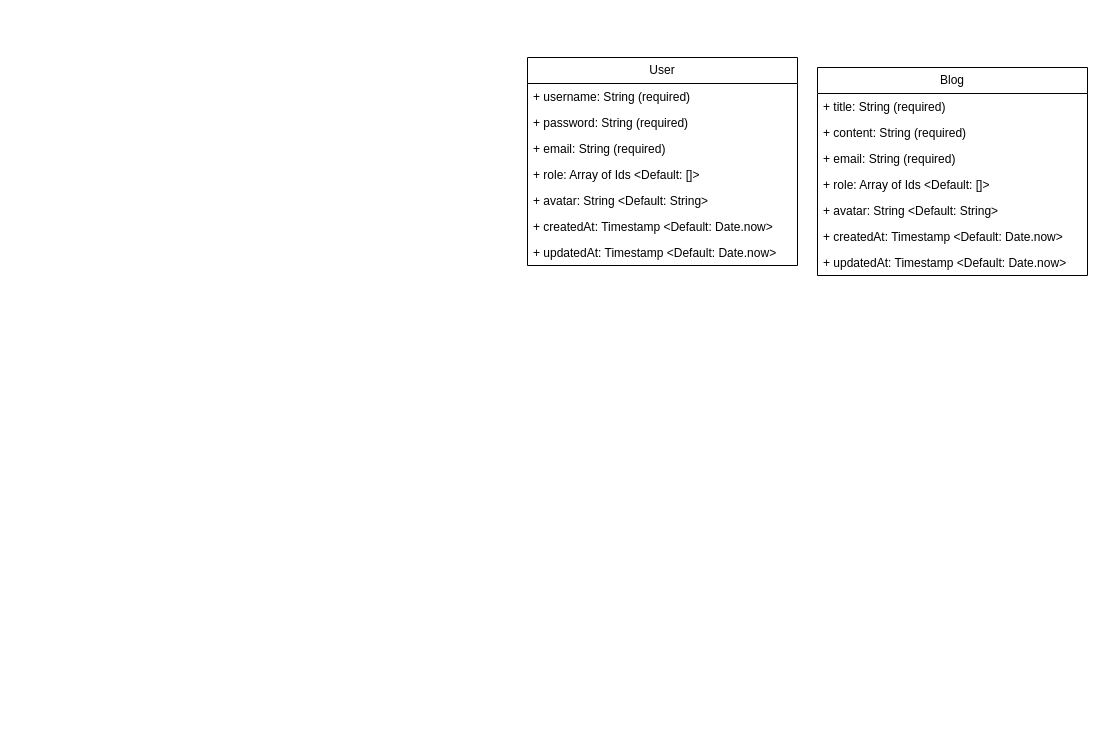
Above: Biểu đồ không có tiêu đề.drawio in NguyenPhat2412/Graduation-Project-Nong-San-Sach (draw.io), before the change. Source tidied: cells renumbered, new cells numbered last; positions are measured from the earlier drawing's top-left corner, leaving out a move shared by most shapes. Both pictures are drawn from the tidied source at 100%, with x=0, y=0 at pixel (527, 57).
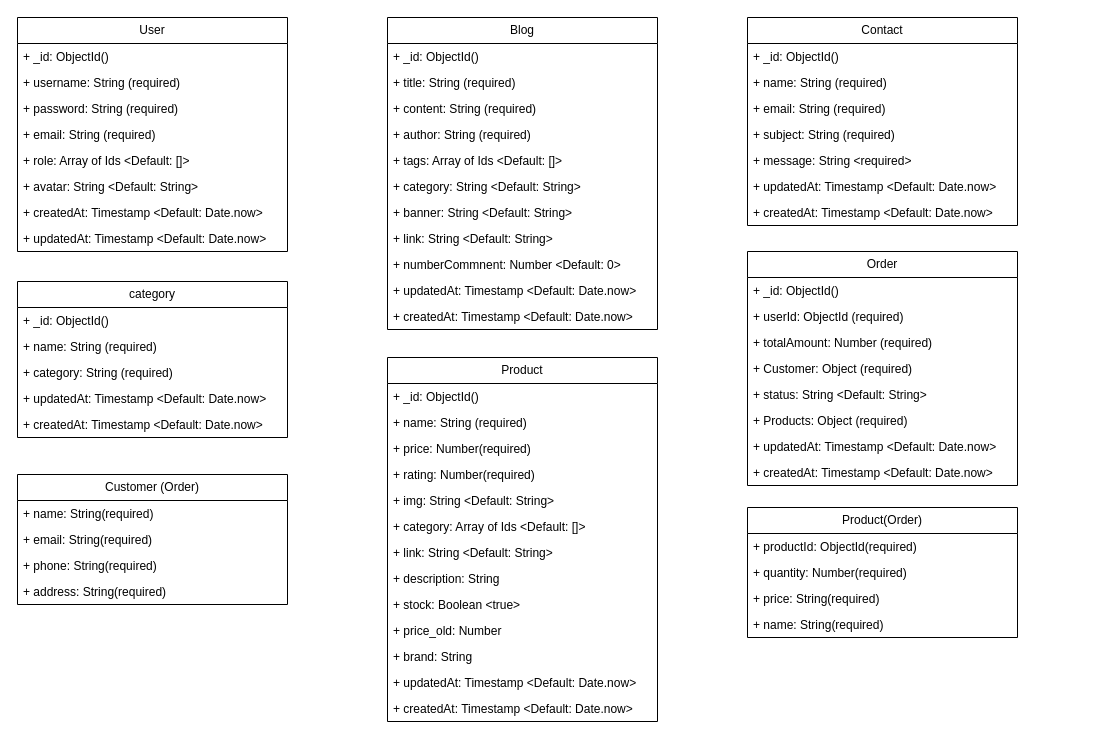
After the change.

Commit message:
Cập nhật Biểu đồ không có tiêu đề.drawio

The edit, as a diff of the source:
```diff
@@
     <mxCell id="2" value="User" style="swimlane;fontStyle=0;horizontal=1;startSize=26;fillColor=none;whiteSpace=wrap;html=1;" parent="1" vertex="1">
-      <mxGeometry width="270" height="208" as="geometry" />
+      <mxGeometry x="-510" y="-40" width="270" height="234" as="geometry" />
     </mxCell>
+    <mxCell id="18" value="+ _id: ObjectId()&lt;span style=&quot;white-space: pre;&quot;&gt;&#9;&lt;/span&gt;" style="text;strokeColor=none;fillColor=none;align=left;verticalAlign=top;spacingLeft=4;spacingRight=4;overflow=hidden;whiteSpace=wrap;html=1;" parent="2" vertex="1">
+      <mxGeometry y="26" width="270" height="26" as="geometry" />
+    </mxCell>
     <mxCell id="3" value="+ username: String (required)&lt;span style=&quot;white-space: pre;&quot;&gt;&#9;&lt;/span&gt;" style="text;strokeColor=none;fillColor=none;align=left;verticalAlign=top;spacingLeft=4;spacingRight=4;overflow=hidden;whiteSpace=wrap;html=1;" parent="2" vertex="1">
-      <mxGeometry y="26" width="270" height="26" as="geometry" />
+      <mxGeometry y="52" width="270" height="26" as="geometry" />
     </mxCell>
     <mxCell id="4" value="+ password: String (required)" style="text;strokeColor=none;fillColor=none;align=left;verticalAlign=top;spacingLeft=4;spacingRight=4;overflow=hidden;whiteSpace=wrap;html=1;" parent="2" vertex="1">
-      <mxGeometry y="52" width="270" height="26" as="geometry" />
+      <mxGeometry y="78" width="270" height="26" as="geometry" />
     </mxCell>
     <mxCell id="5" value="+ email: String (required)" style="text;strokeColor=none;fillColor=none;align=left;verticalAlign=top;spacingLeft=4;spacingRight=4;overflow=hidden;whiteSpace=wrap;html=1;" parent="2" vertex="1">
-      <mxGeometry y="78" width="270" height="26" as="geometry" />
+      <mxGeometry y="104" width="270" height="26" as="geometry" />
     </mxCell>
     <mxCell id="6" value="+ role: Array of Ids &amp;lt;Default: []&amp;gt;" style="text;strokeColor=none;fillColor=none;align=left;verticalAlign=top;spacingLeft=4;spacingRight=4;overflow=hidden;whiteSpace=wrap;html=1;" parent="2" vertex="1">
-      <mxGeometry y="104" width="270" height="26" as="geometry" />
+      <mxGeometry y="130" width="270" height="26" as="geometry" />
     </mxCell>
     <mxCell id="7" value="+ avatar: String &amp;lt;Default: String&amp;gt;" style="text;strokeColor=none;fillColor=none;align=left;verticalAlign=top;spacingLeft=4;spacingRight=4;overflow=hidden;whiteSpace=wrap;html=1;" parent="2" vertex="1">
-      <mxGeometry y="130" width="270" height="26" as="geometry" />
+      <mxGeometry y="156" width="270" height="26" as="geometry" />
     </mxCell>
     <mxCell id="8" value="+ createdAt: Timestamp &amp;lt;Default: Date.now&amp;gt;&amp;nbsp;" style="text;strokeColor=none;fillColor=none;align=left;verticalAlign=top;spacingLeft=4;spacingRight=4;overflow=hidden;whiteSpace=wrap;html=1;" parent="2" vertex="1">
-      <mxGeometry y="156" width="270" height="26" as="geometry" />
+      <mxGeometry y="182" width="270" height="26" as="geometry" />
     </mxCell>
     <mxCell id="9" value="+ updatedAt: Timestamp &amp;lt;Default: Date.now&amp;gt;" style="text;strokeColor=none;fillColor=none;align=left;verticalAlign=top;spacingLeft=4;spacingRight=4;overflow=hidden;whiteSpace=wrap;html=1;" parent="2" vertex="1">
-      <mxGeometry y="182" width="270" height="26" as="geometry" />
+      <mxGeometry y="208" width="270" height="26" as="geometry" />
     </mxCell>
     <mxCell id="10" value="Blog" style="swimlane;fontStyle=0;horizontal=1;startSize=26;fillColor=none;whiteSpace=wrap;html=1;" parent="1" vertex="1">
-      <mxGeometry x="290" y="10" width="270" height="208" as="geometry" />
+      <mxGeometry x="-140" y="-40" width="270" height="312" as="geometry" />
     </mxCell>
+    <mxCell id="19" value="+ _id: ObjectId()" style="text;strokeColor=none;fillColor=none;align=left;verticalAlign=top;spacingLeft=4;spacingRight=4;overflow=hidden;whiteSpace=wrap;html=1;" parent="10" vertex="1">
+      <mxGeometry y="26" width="270" height="26" as="geometry" />
+    </mxCell>
     <mxCell id="11" value="+ title: String (required)&lt;span style=&quot;white-space: pre;&quot;&gt;&#9;&lt;/span&gt;" style="text;strokeColor=none;fillColor=none;align=left;verticalAlign=top;spacingLeft=4;spacingRight=4;overflow=hidden;whiteSpace=wrap;html=1;" parent="10" vertex="1">
-      <mxGeometry y="26" width="270" height="26" as="geometry" />
+      <mxGeometry y="52" width="270" height="26" as="geometry" />
     </mxCell>
     <mxCell id="12" value="+ content: String (required)" style="text;strokeColor=none;fillColor=none;align=left;verticalAlign=top;spacingLeft=4;spacingRight=4;overflow=hidden;whiteSpace=wrap;html=1;" parent="10" vertex="1">
-      <mxGeometry y="52" width="270" height="26" as="geometry" />
+      <mxGeometry y="78" width="270" height="26" as="geometry" />
     </mxCell>
-    <mxCell id="13" value="+ email: String (required)" style="text;strokeColor=none;fillColor=none;align=left;verticalAlign=top;spacingLeft=4;spacingRight=4;overflow=hidden;whiteSpace=wrap;html=1;" parent="10" vertex="1">
-      <mxGeometry y="78" width="270" height="26" as="geometry" />
+    <mxCell id="13" value="+ author: String (required)" style="text;strokeColor=none;fillColor=none;align=left;verticalAlign=top;spacingLeft=4;spacingRight=4;overflow=hidden;whiteSpace=wrap;html=1;" parent="10" vertex="1">
+      <mxGeometry y="104" width="270" height="26" as="geometry" />
     </mxCell>
-    <mxCell id="14" value="+ role: Array of Ids &amp;lt;Default: []&amp;gt;" style="text;strokeColor=none;fillColor=none;align=left;verticalAlign=top;spacingLeft=4;spacingRight=4;overflow=hidden;whiteSpace=wrap;html=1;" parent="10" vertex="1">
-      <mxGeometry y="104" width="270" height="26" as="geometry" />
+    <mxCell id="14" value="+ tags: Array of Ids &amp;lt;Default: []&amp;gt;" style="text;strokeColor=none;fillColor=none;align=left;verticalAlign=top;spacingLeft=4;spacingRight=4;overflow=hidden;whiteSpace=wrap;html=1;" parent="10" vertex="1">
+      <mxGeometry y="130" width="270" height="26" as="geometry" />
     </mxCell>
-    <mxCell id="15" value="+ avatar: String &amp;lt;Default: String&amp;gt;" style="text;strokeColor=none;fillColor=none;align=left;verticalAlign=top;spacingLeft=4;spacingRight=4;overflow=hidden;whiteSpace=wrap;html=1;" parent="10" vertex="1">
-      <mxGeometry y="130" width="270" height="26" as="geometry" />
+    <mxCell id="15" value="+ category: String &amp;lt;Default: String&amp;gt;" style="text;strokeColor=none;fillColor=none;align=left;verticalAlign=top;spacingLeft=4;spacingRight=4;overflow=hidden;whiteSpace=wrap;html=1;" parent="10" vertex="1">
+      <mxGeometry y="156" width="270" height="26" as="geometry" />
     </mxCell>
+    <mxCell id="20" value="+ banner: String &amp;lt;Default: String&amp;gt;" style="text;strokeColor=none;fillColor=none;align=left;verticalAlign=top;spacingLeft=4;spacingRight=4;overflow=hidden;whiteSpace=wrap;html=1;" parent="10" vertex="1">
+      <mxGeometry y="182" width="270" height="26" as="geometry" />
+    </mxCell>
+    <mxCell id="21" value="+ link: String &amp;lt;Default: String&amp;gt;" style="text;strokeColor=none;fillColor=none;align=left;verticalAlign=top;spacingLeft=4;spacingRight=4;overflow=hidden;whiteSpace=wrap;html=1;" parent="10" vertex="1">
+      <mxGeometry y="208" width="270" height="26" as="geometry" />
+    </mxCell>
+    <mxCell id="22" value="+ numberCommnent: Number &amp;lt;Default: 0&amp;gt;" style="text;strokeColor=none;fillColor=none;align=left;verticalAlign=top;spacingLeft=4;spacingRight=4;overflow=hidden;whiteSpace=wrap;html=1;" parent="10" vertex="1">
+      <mxGeometry y="234" width="270" height="26" as="geometry" />
+    </mxCell>
+    <mxCell id="17" value="+ updatedAt: Timestamp &amp;lt;Default: Date.now&amp;gt;" style="text;strokeColor=none;fillColor=none;align=left;verticalAlign=top;spacingLeft=4;spacingRight=4;overflow=hidden;whiteSpace=wrap;html=1;" parent="10" vertex="1">
+      <mxGeometry y="260" width="270" height="26" as="geometry" />
+    </mxCell>
     <mxCell id="16" value="+ createdAt: Timestamp &amp;lt;Default: Date.now&amp;gt;&amp;nbsp;" style="text;strokeColor=none;fillColor=none;align=left;verticalAlign=top;spacingLeft=4;spacingRight=4;overflow=hidden;whiteSpace=wrap;html=1;" parent="10" vertex="1">
-      <mxGeometry y="156" width="270" height="26" as="geometry" />
+      <mxGeometry y="286" width="270" height="26" as="geometry" />
     </mxCell>
-    <mxCell id="17" value="+ updatedAt: Timestamp &amp;lt;Default: Date.now&amp;gt;" style="text;strokeColor=none;fillColor=none;align=left;verticalAlign=top;spacingLeft=4;spacingRight=4;overflow=hidden;whiteSpace=wrap;html=1;" parent="10" vertex="1">
-      <mxGeometry y="182" width="270" height="26" as="geometry" />
-    </mxCell>
+    <mxCell id="23" value="Product" style="swimlane;fontStyle=0;horizontal=1;startSize=26;fillColor=none;whiteSpace=wrap;html=1;" parent="1" vertex="1">
+      <mxGeometry x="-140" y="300" width="270" height="364" as="geometry" />
+    </mxCell>
+    <mxCell id="24" value="+ _id: ObjectId()&lt;span style=&quot;white-space: pre;&quot;&gt;&#9;&lt;/span&gt;" style="text;strokeColor=none;fillColor=none;align=left;verticalAlign=top;spacingLeft=4;spacingRight=4;overflow=hidden;whiteSpace=wrap;html=1;" parent="23" vertex="1">
+      <mxGeometry y="26" width="270" height="26" as="geometry" />
+    </mxCell>
+    <mxCell id="25" value="+ name: String (required)" style="text;strokeColor=none;fillColor=none;align=left;verticalAlign=top;spacingLeft=4;spacingRight=4;overflow=hidden;whiteSpace=wrap;html=1;" parent="23" vertex="1">
+      <mxGeometry y="52" width="270" height="26" as="geometry" />
+    </mxCell>
+    <mxCell id="26" value="+ price: Number(required)" style="text;strokeColor=none;fillColor=none;align=left;verticalAlign=top;spacingLeft=4;spacingRight=4;overflow=hidden;whiteSpace=wrap;html=1;" parent="23" vertex="1">
+      <mxGeometry y="78" width="270" height="26" as="geometry" />
+    </mxCell>
+    <mxCell id="27" value="+ rating: Number(required)" style="text;strokeColor=none;fillColor=none;align=left;verticalAlign=top;spacingLeft=4;spacingRight=4;overflow=hidden;whiteSpace=wrap;html=1;" parent="23" vertex="1">
+      <mxGeometry y="104" width="270" height="26" as="geometry" />
+    </mxCell>
+    <mxCell id="28" value="+ img: String &amp;lt;Default: String&amp;gt;" style="text;strokeColor=none;fillColor=none;align=left;verticalAlign=top;spacingLeft=4;spacingRight=4;overflow=hidden;whiteSpace=wrap;html=1;" parent="23" vertex="1">
+      <mxGeometry y="130" width="270" height="26" as="geometry" />
+    </mxCell>
+    <mxCell id="29" value="+ category: Array of Ids &amp;lt;Default: []&amp;gt;" style="text;strokeColor=none;fillColor=none;align=left;verticalAlign=top;spacingLeft=4;spacingRight=4;overflow=hidden;whiteSpace=wrap;html=1;" parent="23" vertex="1">
+      <mxGeometry y="156" width="270" height="26" as="geometry" />
+    </mxCell>
+    <mxCell id="30" value="+ link: String &amp;lt;Default: String&amp;gt;" style="text;strokeColor=none;fillColor=none;align=left;verticalAlign=top;spacingLeft=4;spacingRight=4;overflow=hidden;whiteSpace=wrap;html=1;" parent="23" vertex="1">
+      <mxGeometry y="182" width="270" height="26" as="geometry" />
+    </mxCell>
+    <mxCell id="31" value="+ description: String&amp;nbsp;" style="text;strokeColor=none;fillColor=none;align=left;verticalAlign=top;spacingLeft=4;spacingRight=4;overflow=hidden;whiteSpace=wrap;html=1;" parent="23" vertex="1">
+      <mxGeometry y="208" width="270" height="26" as="geometry" />
+    </mxCell>
+    <mxCell id="32" value="+ stock: Boolean &amp;lt;true&amp;gt;&amp;nbsp;" style="text;strokeColor=none;fillColor=none;align=left;verticalAlign=top;spacingLeft=4;spacingRight=4;overflow=hidden;whiteSpace=wrap;html=1;" parent="23" vertex="1">
+      <mxGeometry y="234" width="270" height="26" as="geometry" />
+    </mxCell>
+    <mxCell id="33" value="+ price_old: Number&amp;nbsp;" style="text;strokeColor=none;fillColor=none;align=left;verticalAlign=top;spacingLeft=4;spacingRight=4;overflow=hidden;whiteSpace=wrap;html=1;" parent="23" vertex="1">
+      <mxGeometry y="260" width="270" height="26" as="geometry" />
+    </mxCell>
+    <mxCell id="34" value="+ brand: String&amp;nbsp;" style="text;strokeColor=none;fillColor=none;align=left;verticalAlign=top;spacingLeft=4;spacingRight=4;overflow=hidden;whiteSpace=wrap;html=1;" parent="23" vertex="1">
+      <mxGeometry y="286" width="270" height="26" as="geometry" />
+    </mxCell>
+    <mxCell id="35" value="+ updatedAt: Timestamp &amp;lt;Default: Date.now&amp;gt;" style="text;strokeColor=none;fillColor=none;align=left;verticalAlign=top;spacingLeft=4;spacingRight=4;overflow=hidden;whiteSpace=wrap;html=1;" parent="23" vertex="1">
+      <mxGeometry y="312" width="270" height="26" as="geometry" />
+    </mxCell>
+    <mxCell id="36" value="+ createdAt: Timestamp &amp;lt;Default: Date.now&amp;gt;&amp;nbsp;" style="text;strokeColor=none;fillColor=none;align=left;verticalAlign=top;spacingLeft=4;spacingRight=4;overflow=hidden;whiteSpace=wrap;html=1;" parent="23" vertex="1">
+      <mxGeometry y="338" width="270" height="26" as="geometry" />
+    </mxCell>
+    <mxCell id="37" value="category" style="swimlane;fontStyle=0;horizontal=1;startSize=26;fillColor=none;whiteSpace=wrap;html=1;" parent="1" vertex="1">
+      <mxGeometry x="-510" y="224" width="270" height="156" as="geometry" />
+    </mxCell>
+    <mxCell id="38" value="+ _id: ObjectId()&lt;span style=&quot;white-space: pre;&quot;&gt;&#9;&lt;/span&gt;" style="text;strokeColor=none;fillColor=none;align=left;verticalAlign=top;spacingLeft=4;spacingRight=4;overflow=hidden;whiteSpace=wrap;html=1;" parent="37" vertex="1">
+      <mxGeometry y="26" width="270" height="26" as="geometry" />
+    </mxCell>
+    <mxCell id="39" value="+ name: String (required)&lt;span style=&quot;white-space: pre;&quot;&gt;&#9;&lt;/span&gt;" style="text;strokeColor=none;fillColor=none;align=left;verticalAlign=top;spacingLeft=4;spacingRight=4;overflow=hidden;whiteSpace=wrap;html=1;" parent="37" vertex="1">
+      <mxGeometry y="52" width="270" height="26" as="geometry" />
+    </mxCell>
+    <mxCell id="40" value="+ category: String (required)" style="text;strokeColor=none;fillColor=none;align=left;verticalAlign=top;spacingLeft=4;spacingRight=4;overflow=hidden;whiteSpace=wrap;html=1;" parent="37" vertex="1">
+      <mxGeometry y="78" width="270" height="26" as="geometry" />
+    </mxCell>
+    <mxCell id="41" value="+ updatedAt: Timestamp &amp;lt;Default: Date.now&amp;gt;" style="text;strokeColor=none;fillColor=none;align=left;verticalAlign=top;spacingLeft=4;spacingRight=4;overflow=hidden;whiteSpace=wrap;html=1;" parent="37" vertex="1">
+      <mxGeometry y="104" width="270" height="26" as="geometry" />
+    </mxCell>
+    <mxCell id="42" value="+ createdAt: Timestamp &amp;lt;Default: Date.now&amp;gt;&amp;nbsp;" style="text;strokeColor=none;fillColor=none;align=left;verticalAlign=top;spacingLeft=4;spacingRight=4;overflow=hidden;whiteSpace=wrap;html=1;" parent="37" vertex="1">
+      <mxGeometry y="130" width="270" height="26" as="geometry" />
+    </mxCell>
+    <mxCell id="43" value="Contact" style="swimlane;fontStyle=0;horizontal=1;startSize=26;fillColor=none;whiteSpace=wrap;html=1;" parent="1" vertex="1">
+      <mxGeometry x="220" y="-40" width="270" height="208" as="geometry" />
+    </mxCell>
+    <mxCell id="44" value="+ _id: ObjectId()&lt;span style=&quot;white-space: pre;&quot;&gt;&#9;&lt;/span&gt;" style="text;strokeColor=none;fillColor=none;align=left;verticalAlign=top;spacingLeft=4;spacingRight=4;overflow=hidden;whiteSpace=wrap;html=1;" parent="43" vertex="1">
+      <mxGeometry y="26" width="270" height="26" as="geometry" />
+    </mxCell>
+    <mxCell id="45" value="+ name: String (required)" style="text;strokeColor=none;fillColor=none;align=left;verticalAlign=top;spacingLeft=4;spacingRight=4;overflow=hidden;whiteSpace=wrap;html=1;" parent="43" vertex="1">
+      <mxGeometry y="52" width="270" height="26" as="geometry" />
+    </mxCell>
+    <mxCell id="46" value="+ email: String (required)" style="text;strokeColor=none;fillColor=none;align=left;verticalAlign=top;spacingLeft=4;spacingRight=4;overflow=hidden;whiteSpace=wrap;html=1;" parent="43" vertex="1">
+      <mxGeometry y="78" width="270" height="26" as="geometry" />
+    </mxCell>
+    <mxCell id="47" value="+ subject: String (required)" style="text;strokeColor=none;fillColor=none;align=left;verticalAlign=top;spacingLeft=4;spacingRight=4;overflow=hidden;whiteSpace=wrap;html=1;" parent="43" vertex="1">
+      <mxGeometry y="104" width="270" height="26" as="geometry" />
+    </mxCell>
+    <mxCell id="48" value="+ message: String &amp;lt;required&amp;gt;" style="text;strokeColor=none;fillColor=none;align=left;verticalAlign=top;spacingLeft=4;spacingRight=4;overflow=hidden;whiteSpace=wrap;html=1;" parent="43" vertex="1">
+      <mxGeometry y="130" width="270" height="26" as="geometry" />
+    </mxCell>
+    <mxCell id="49" value="+ updatedAt: Timestamp &amp;lt;Default: Date.now&amp;gt;" style="text;strokeColor=none;fillColor=none;align=left;verticalAlign=top;spacingLeft=4;spacingRight=4;overflow=hidden;whiteSpace=wrap;html=1;" parent="43" vertex="1">
+      <mxGeometry y="156" width="270" height="26" as="geometry" />
+    </mxCell>
+    <mxCell id="50" value="+ createdAt: Timestamp &amp;lt;Default: Date.now&amp;gt;&amp;nbsp;" style="text;strokeColor=none;fillColor=none;align=left;verticalAlign=top;spacingLeft=4;spacingRight=4;overflow=hidden;whiteSpace=wrap;html=1;" parent="43" vertex="1">
+      <mxGeometry y="182" width="270" height="26" as="geometry" />
+    </mxCell>
+    <mxCell id="51" value="Order" style="swimlane;fontStyle=0;horizontal=1;startSize=26;fillColor=none;whiteSpace=wrap;html=1;" parent="1" vertex="1">
+      <mxGeometry x="220" y="194" width="270" height="234" as="geometry" />
+    </mxCell>
+    <mxCell id="52" value="+ _id: ObjectId()&lt;span style=&quot;white-space: pre;&quot;&gt;&#9;&lt;/span&gt;" style="text;strokeColor=none;fillColor=none;align=left;verticalAlign=top;spacingLeft=4;spacingRight=4;overflow=hidden;whiteSpace=wrap;html=1;" parent="51" vertex="1">
+      <mxGeometry y="26" width="270" height="26" as="geometry" />
+    </mxCell>
+    <mxCell id="53" value="+ userId: ObjectId (required)" style="text;strokeColor=none;fillColor=none;align=left;verticalAlign=top;spacingLeft=4;spacingRight=4;overflow=hidden;whiteSpace=wrap;html=1;" parent="51" vertex="1">
+      <mxGeometry y="52" width="270" height="26" as="geometry" />
+    </mxCell>
+    <mxCell id="54" value="+ totalAmount: Number&amp;nbsp;(required)" style="text;strokeColor=none;fillColor=none;align=left;verticalAlign=top;spacingLeft=4;spacingRight=4;overflow=hidden;whiteSpace=wrap;html=1;" parent="51" vertex="1">
+      <mxGeometry y="78" width="270" height="26" as="geometry" />
+    </mxCell>
+    <mxCell id="55" value="+ Customer: Object (required)" style="text;strokeColor=none;fillColor=none;align=left;verticalAlign=top;spacingLeft=4;spacingRight=4;overflow=hidden;whiteSpace=wrap;html=1;" parent="51" vertex="1">
+      <mxGeometry y="104" width="270" height="26" as="geometry" />
+    </mxCell>
+    <mxCell id="56" value="+ status: String &amp;lt;Default: String&amp;gt;" style="text;strokeColor=none;fillColor=none;align=left;verticalAlign=top;spacingLeft=4;spacingRight=4;overflow=hidden;whiteSpace=wrap;html=1;" parent="51" vertex="1">
+      <mxGeometry y="130" width="270" height="26" as="geometry" />
+    </mxCell>
+    <mxCell id="57" value="+ Products: Object (required)" style="text;strokeColor=none;fillColor=none;align=left;verticalAlign=top;spacingLeft=4;spacingRight=4;overflow=hidden;whiteSpace=wrap;html=1;" parent="51" vertex="1">
+      <mxGeometry y="156" width="270" height="26" as="geometry" />
+    </mxCell>
+    <mxCell id="58" value="+ updatedAt: Timestamp &amp;lt;Default: Date.now&amp;gt;" style="text;strokeColor=none;fillColor=none;align=left;verticalAlign=top;spacingLeft=4;spacingRight=4;overflow=hidden;whiteSpace=wrap;html=1;" parent="51" vertex="1">
+      <mxGeometry y="182" width="270" height="26" as="geometry" />
+    </mxCell>
+    <mxCell id="59" value="+ createdAt: Timestamp &amp;lt;Default: Date.now&amp;gt;&amp;nbsp;" style="text;strokeColor=none;fillColor=none;align=left;verticalAlign=top;spacingLeft=4;spacingRight=4;overflow=hidden;whiteSpace=wrap;html=1;" parent="51" vertex="1">
+      <mxGeometry y="208" width="270" height="26" as="geometry" />
+    </mxCell>
+    <mxCell id="60" value="Customer (Order)" style="swimlane;fontStyle=0;horizontal=1;startSize=26;fillColor=none;whiteSpace=wrap;html=1;" parent="1" vertex="1">
+      <mxGeometry x="-510" y="417" width="270" height="130" as="geometry" />
+    </mxCell>
+    <mxCell id="61" value="+ name: String(required)&lt;span style=&quot;white-space: pre;&quot;&gt;&#9;&lt;/span&gt;" style="text;strokeColor=none;fillColor=none;align=left;verticalAlign=top;spacingLeft=4;spacingRight=4;overflow=hidden;whiteSpace=wrap;html=1;" parent="60" vertex="1">
+      <mxGeometry y="26" width="270" height="26" as="geometry" />
+    </mxCell>
+    <mxCell id="62" value="+ email: String(required)" style="text;strokeColor=none;fillColor=none;align=left;verticalAlign=top;spacingLeft=4;spacingRight=4;overflow=hidden;whiteSpace=wrap;html=1;" parent="60" vertex="1">
+      <mxGeometry y="52" width="270" height="26" as="geometry" />
+    </mxCell>
+    <mxCell id="63" value="+ phone: String(required)" style="text;strokeColor=none;fillColor=none;align=left;verticalAlign=top;spacingLeft=4;spacingRight=4;overflow=hidden;whiteSpace=wrap;html=1;" parent="60" vertex="1">
+      <mxGeometry y="78" width="270" height="26" as="geometry" />
+    </mxCell>
+    <mxCell id="64" value="+ address: String(required)" style="text;strokeColor=none;fillColor=none;align=left;verticalAlign=top;spacingLeft=4;spacingRight=4;overflow=hidden;whiteSpace=wrap;html=1;" parent="60" vertex="1">
+      <mxGeometry y="104" width="270" height="26" as="geometry" />
+    </mxCell>
+    <mxCell id="65" value="Product(Order)" style="swimlane;fontStyle=0;horizontal=1;startSize=26;fillColor=none;whiteSpace=wrap;html=1;" parent="1" vertex="1">
+      <mxGeometry x="220" y="450" width="270" height="130" as="geometry" />
+    </mxCell>
+    <mxCell id="66" value="+ productId: ObjectId(required)&lt;span style=&quot;white-space: pre;&quot;&gt;&#9;&lt;/span&gt;" style="text;strokeColor=none;fillColor=none;align=left;verticalAlign=top;spacingLeft=4;spacingRight=4;overflow=hidden;whiteSpace=wrap;html=1;" parent="65" vertex="1">
+      <mxGeometry y="26" width="270" height="26" as="geometry" />
+    </mxCell>
+    <mxCell id="67" value="+ quantity: Number(required)" style="text;strokeColor=none;fillColor=none;align=left;verticalAlign=top;spacingLeft=4;spacingRight=4;overflow=hidden;whiteSpace=wrap;html=1;" parent="65" vertex="1">
+      <mxGeometry y="52" width="270" height="26" as="geometry" />
+    </mxCell>
+    <mxCell id="68" value="+ price: String(required)" style="text;strokeColor=none;fillColor=none;align=left;verticalAlign=top;spacingLeft=4;spacingRight=4;overflow=hidden;whiteSpace=wrap;html=1;" parent="65" vertex="1">
+      <mxGeometry y="78" width="270" height="26" as="geometry" />
+    </mxCell>
+    <mxCell id="69" value="+ name: String(required)" style="text;strokeColor=none;fillColor=none;align=left;verticalAlign=top;spacingLeft=4;spacingRight=4;overflow=hidden;whiteSpace=wrap;html=1;" parent="65" vertex="1">
+      <mxGeometry y="104" width="270" height="26" as="geometry" />
+    </mxCell>
```
